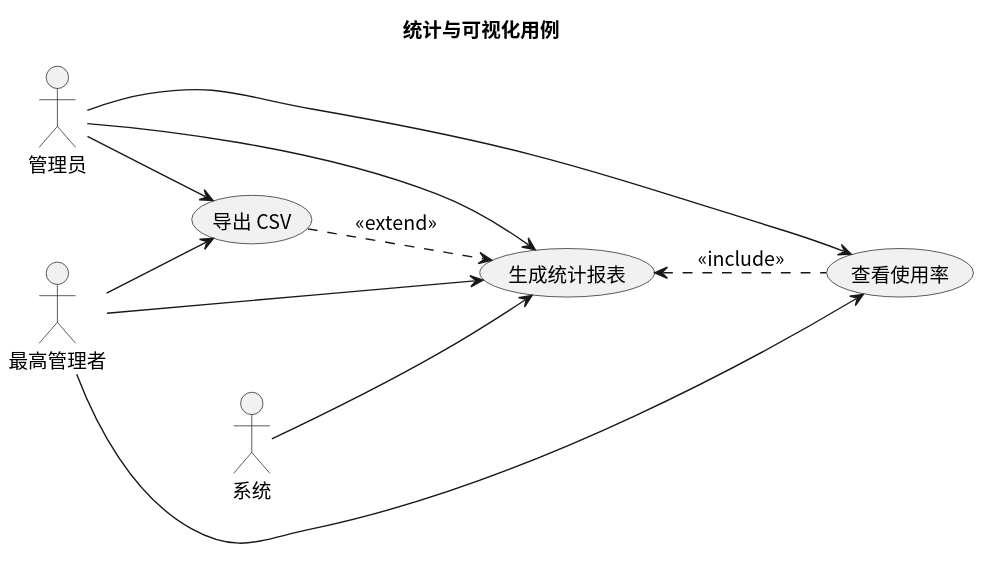
Above: usecase/docs/overview/img/analytics.svg in greenhandzdl/charging-station-doc (PlantUML), before the change.
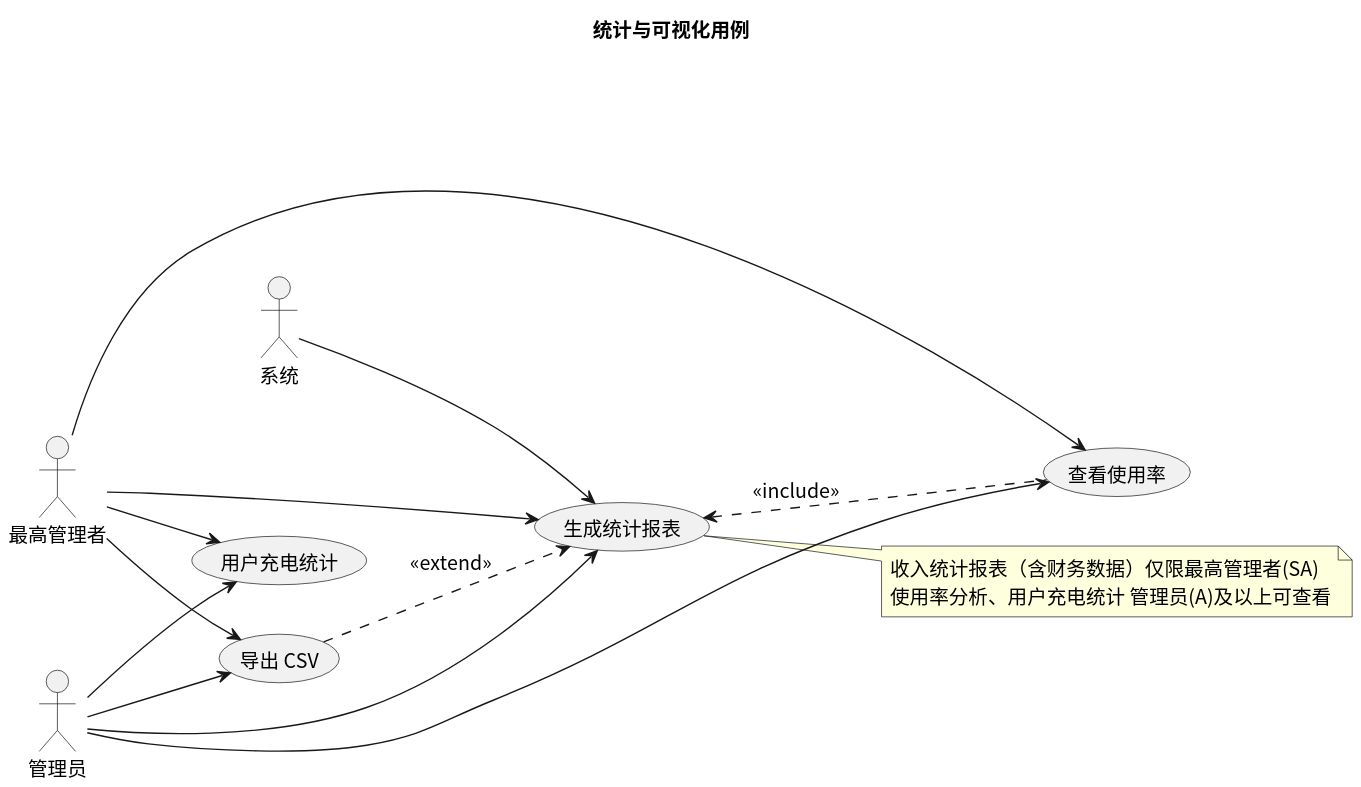
Above is the later version.

The edit, as a diff of the source:
```diff
@@ -12,15 +12,20 @@
 usecase "生成统计报表" as GR
 usecase "查看使用率" as VU
 usecase "导出 CSV" as EXP
+usecase "用户充电统计" as UCS
 
 S --> GR
 A --> GR
 A --> VU
 A --> EXP
+A --> UCS
 SA --> GR
 SA --> VU
 SA --> EXP
+SA --> UCS
 
 GR <.down. VU : <<include>>
 EXP ..> GR : <<extend>>
+
+note right of GR : 收入统计报表（含财务数据）仅限最高管理者(SA)\n使用率分析、用户充电统计 管理员(A)及以上可查看
 @enduml
```
